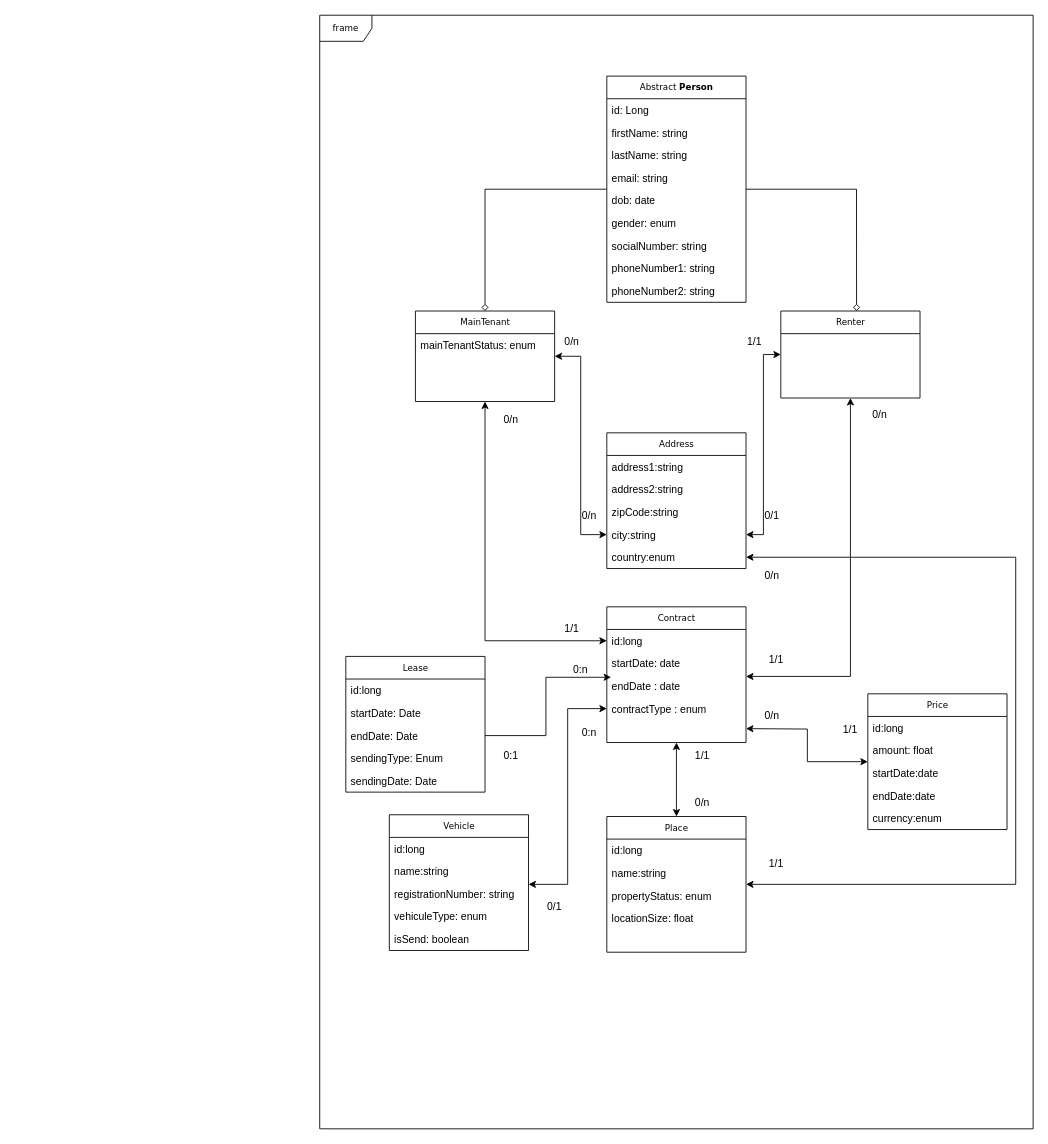
chrystlll/rentalProject_back keeps this draw.io diagram as conception/class diagram.drawio. Above is the earlier version. Source tidied: cells renumbered, new cells numbered last; positions are measured from the earlier drawing's top-left corner, leaving out a move shared by most shapes. Both pictures are drawn from the tidied source at 87%, with x=0, y=0 at pixel (319, 15).
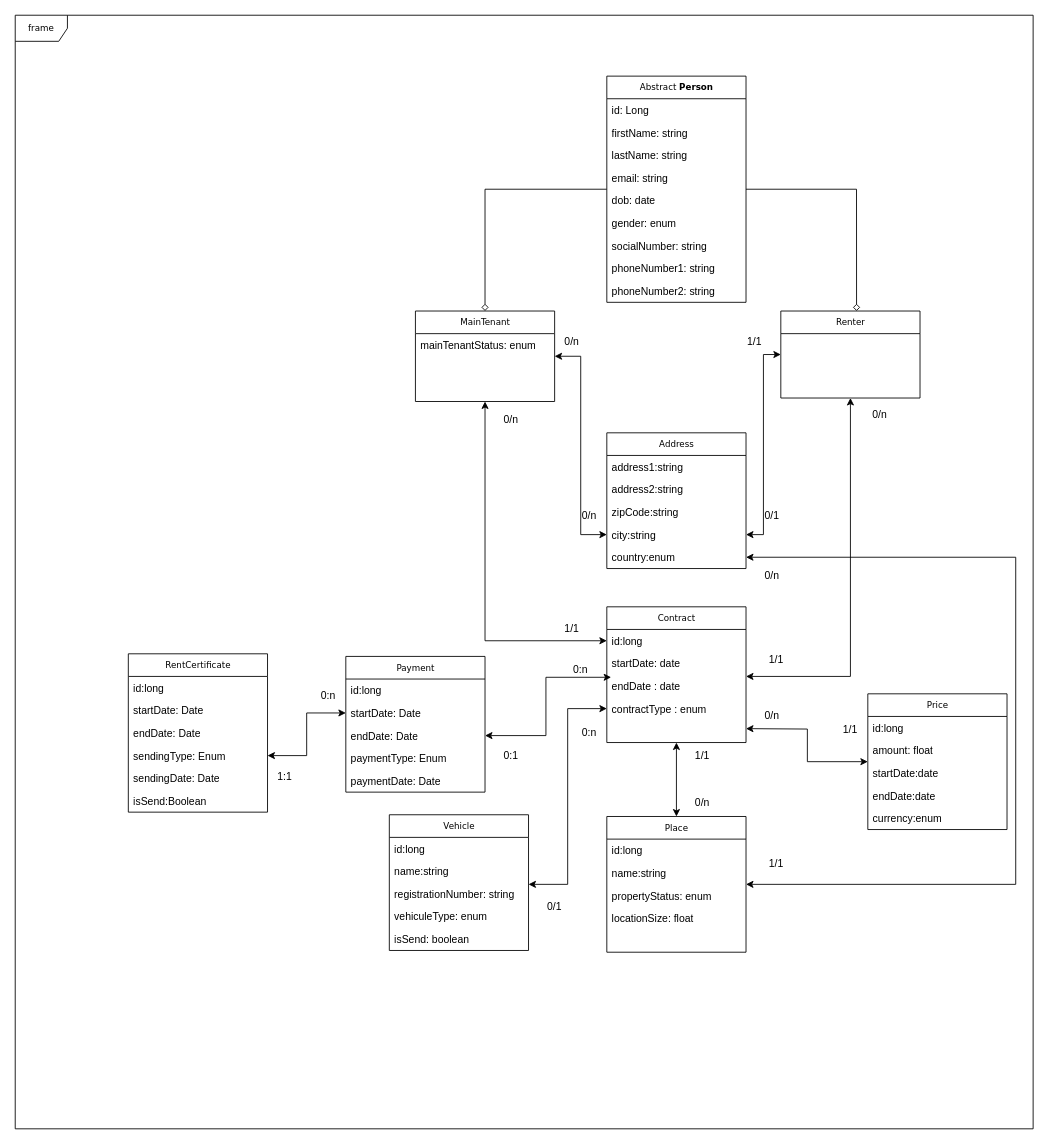
The same page after the edit.

The change refers to these unchanged cells:
```xml
<mxCell id="36" value="endDate : date" style="text;html=1;strokeColor=none;fillColor=none;align=left;verticalAlign=top;spacingLeft=4;spacingRight=4;whiteSpace=wrap;overflow=hidden;points=[[0,0.5],[1,0.5]];portConstraint=eastwest;" parent="33" vertex="1">
  <mxGeometry y="78" width="160" height="26" as="geometry" />
</mxCell>
<mxCell id="72" value="startDate: Date" style="text;html=1;strokeColor=none;fillColor=none;align=left;verticalAlign=top;spacingLeft=4;spacingRight=4;whiteSpace=wrap;overflow=hidden;points=[[0,0.5],[1,0.5]];portConstraint=eastwest;" parent="70" vertex="1">
  <mxGeometry y="52" width="160" height="26" as="geometry" />
</mxCell>
<mxCell id="73" value="endDate: Date" style="text;html=1;strokeColor=none;fillColor=none;align=left;verticalAlign=top;spacingLeft=4;spacingRight=4;whiteSpace=wrap;overflow=hidden;points=[[0,0.5],[1,0.5]];portConstraint=eastwest;" parent="70" vertex="1">
  <mxGeometry y="78" width="160" height="26" as="geometry" />
</mxCell>
```

What changed in the source:
```diff
@@
     <mxCell id="2" value="frame" style="shape=umlFrame;whiteSpace=wrap;html=1;rounded=0;shadow=0;comic=0;labelBackgroundColor=none;strokeWidth=1;fontFamily=Verdana;fontSize=10;align=center;" parent="1" vertex="1">
-      <mxGeometry width="820" height="1280" as="geometry" />
+      <mxGeometry x="-350" width="1170" height="1280" as="geometry" />
     </mxCell>
@@
-    <mxCell id="70" value="Lease" style="swimlane;html=1;fontStyle=0;horizontal=1;startSize=26;fillColor=none;swimlaneFillColor=#ffffff;rounded=0;shadow=0;comic=0;labelBackgroundColor=none;strokeWidth=1;fontFamily=Verdana;fontSize=10;align=center;" parent="1" vertex="1">
+    <mxCell id="70" value="Payment" style="swimlane;html=1;fontStyle=0;horizontal=1;startSize=26;fillColor=none;swimlaneFillColor=#ffffff;rounded=0;shadow=0;comic=0;labelBackgroundColor=none;strokeWidth=1;fontFamily=Verdana;fontSize=10;align=center;" parent="1" vertex="1">
       <mxGeometry x="30" y="737" width="160" height="156" as="geometry" />
     </mxCell>
@@
-    <mxCell id="74" value="sendingType: Enum" style="text;html=1;strokeColor=none;fillColor=none;align=left;verticalAlign=top;spacingLeft=4;spacingRight=4;whiteSpace=wrap;overflow=hidden;" parent="70" vertex="1">
+    <mxCell id="74" value="paymentType: Enum" style="text;html=1;strokeColor=none;fillColor=none;align=left;verticalAlign=top;spacingLeft=4;spacingRight=4;whiteSpace=wrap;overflow=hidden;" parent="70" vertex="1">
       <mxGeometry y="104" width="160" height="26" as="geometry" />
     </mxCell>
-    <mxCell id="75" value="sendingDate: Date" style="text;html=1;strokeColor=none;fillColor=none;align=left;verticalAlign=top;spacingLeft=4;spacingRight=4;whiteSpace=wrap;overflow=hidden;" parent="70" vertex="1">
+    <mxCell id="75" value="paymentDate: Date" style="text;html=1;strokeColor=none;fillColor=none;align=left;verticalAlign=top;spacingLeft=4;spacingRight=4;whiteSpace=wrap;overflow=hidden;" parent="70" vertex="1">
       <mxGeometry y="130" width="160" height="26" as="geometry" />
     </mxCell>
-    <mxCell id="76" style="edgeStyle=orthogonalEdgeStyle;rounded=0;jettySize=auto;html=1;entryX=0.031;entryY=0.115;entryDx=0;entryDy=0;entryPerimeter=0;" parent="1" edge="1" source="73" target="36">
+    <mxCell id="76" style="edgeStyle=orthogonalEdgeStyle;rounded=0;jettySize=auto;html=1;entryX=0.031;entryY=0.115;entryDx=0;entryDy=0;entryPerimeter=0;startArrow=classic;startFill=1;" parent="1" edge="1" source="73" target="36">
       <mxGeometry relative="1" as="geometry" />
     </mxCell>
@@
+    <mxCell id="79" value="RentCertificate" style="swimlane;html=1;fontStyle=0;horizontal=1;startSize=26;fillColor=none;swimlaneFillColor=#ffffff;rounded=0;shadow=0;comic=0;labelBackgroundColor=none;strokeWidth=1;fontFamily=Verdana;fontSize=10;align=center;" parent="1" vertex="1">
+      <mxGeometry x="-220" y="734" width="160" height="182" as="geometry" />
+    </mxCell>
+    <mxCell id="80" value="id:long" style="text;html=1;strokeColor=none;fillColor=none;align=left;verticalAlign=top;spacingLeft=4;spacingRight=4;whiteSpace=wrap;overflow=hidden;" parent="79" vertex="1">
+      <mxGeometry y="26" width="160" height="26" as="geometry" />
+    </mxCell>
+    <mxCell id="81" value="startDate: Date" style="text;html=1;strokeColor=none;fillColor=none;align=left;verticalAlign=top;spacingLeft=4;spacingRight=4;whiteSpace=wrap;overflow=hidden;" parent="79" vertex="1">
+      <mxGeometry y="52" width="160" height="26" as="geometry" />
+    </mxCell>
+    <mxCell id="82" value="endDate: Date" style="text;html=1;strokeColor=none;fillColor=none;align=left;verticalAlign=top;spacingLeft=4;spacingRight=4;whiteSpace=wrap;overflow=hidden;" parent="79" vertex="1">
+      <mxGeometry y="78" width="160" height="26" as="geometry" />
+    </mxCell>
+    <mxCell id="83" value="sendingType: Enum" style="text;html=1;strokeColor=none;fillColor=none;align=left;verticalAlign=top;spacingLeft=4;spacingRight=4;whiteSpace=wrap;overflow=hidden;points=[[0,0.5],[1,0.5]];portConstraint=eastwest;" parent="79" vertex="1">
+      <mxGeometry y="104" width="160" height="26" as="geometry" />
+    </mxCell>
+    <mxCell id="84" value="sendingDate: Date" style="text;html=1;strokeColor=none;fillColor=none;align=left;verticalAlign=top;spacingLeft=4;spacingRight=4;whiteSpace=wrap;overflow=hidden;" parent="79" vertex="1">
+      <mxGeometry y="130" width="160" height="26" as="geometry" />
+    </mxCell>
+    <mxCell id="85" value="isSend:Boolean" style="text;html=1;strokeColor=none;fillColor=none;align=left;verticalAlign=top;spacingLeft=4;spacingRight=4;whiteSpace=wrap;overflow=hidden;" parent="79" vertex="1">
+      <mxGeometry y="156" width="160" height="26" as="geometry" />
+    </mxCell>
+    <mxCell id="86" style="edgeStyle=orthogonalEdgeStyle;rounded=0;jettySize=auto;html=1;startArrow=classic;startFill=1;" parent="1" edge="1" source="72" target="83">
+      <mxGeometry relative="1" as="geometry" />
+    </mxCell>
+    <mxCell id="87" value="0:n" style="text;html=1;strokeColor=none;fillColor=none;align=center;verticalAlign=middle;whiteSpace=wrap;rounded=0;" parent="1" vertex="1">
+      <mxGeometry x="-20" y="767" width="60" height="30" as="geometry" />
+    </mxCell>
+    <mxCell id="88" value="1:1" style="text;html=1;strokeColor=none;fillColor=none;align=center;verticalAlign=middle;whiteSpace=wrap;rounded=0;" parent="1" vertex="1">
+      <mxGeometry x="-70" y="860" width="60" height="30" as="geometry" />
+    </mxCell>
```
